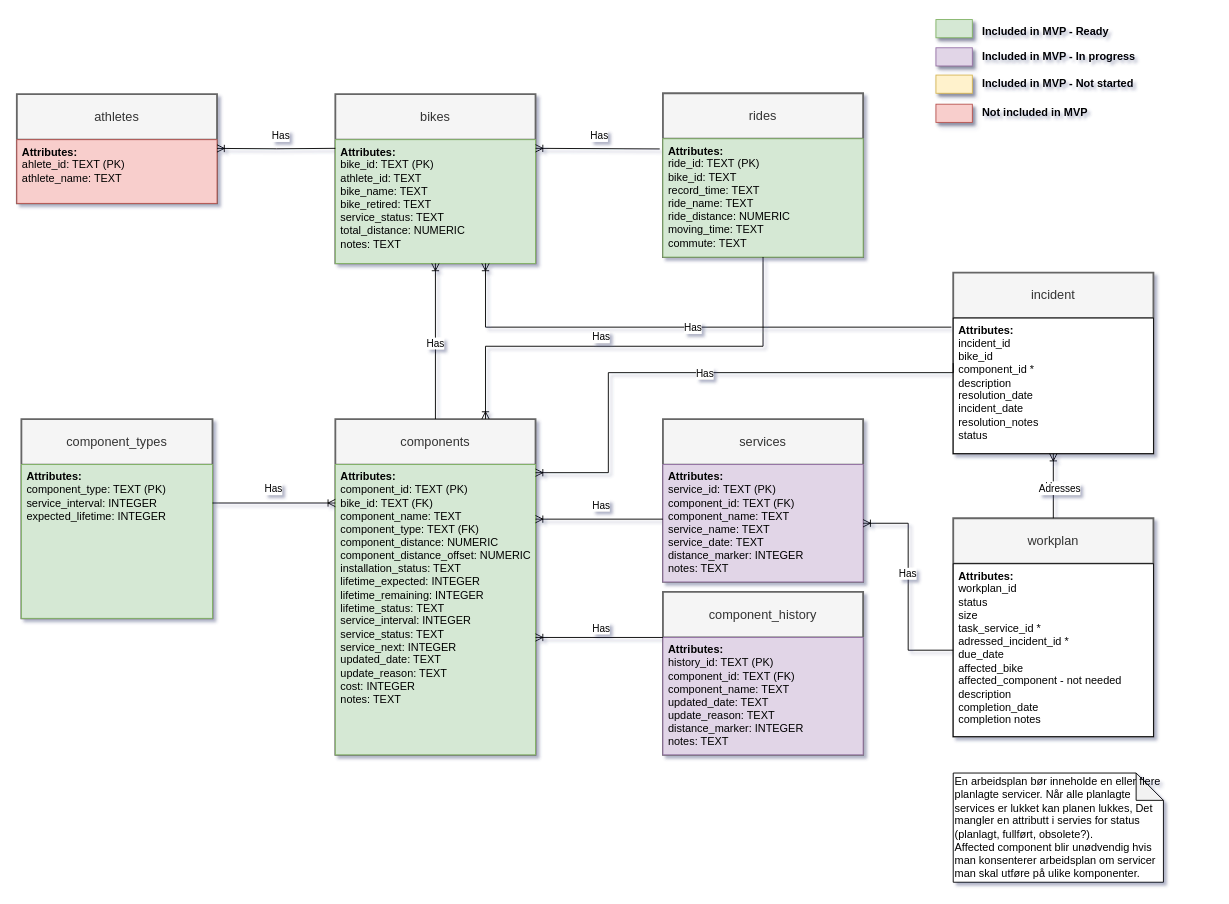
xivind/velo-supervisor-2000 keeps this draw.io diagram as page "Database structure" (5 of 7) of diagrams/all_diagrams.drawio. Above is the earlier version. Source tidied: cells renumbered, new cells numbered last; positions are measured from the earlier drawing's top-left corner, leaving out a move shared by most shapes. Both pictures are drawn from the tidied source at 91%, with x=0, y=0 at pixel (16, 17).
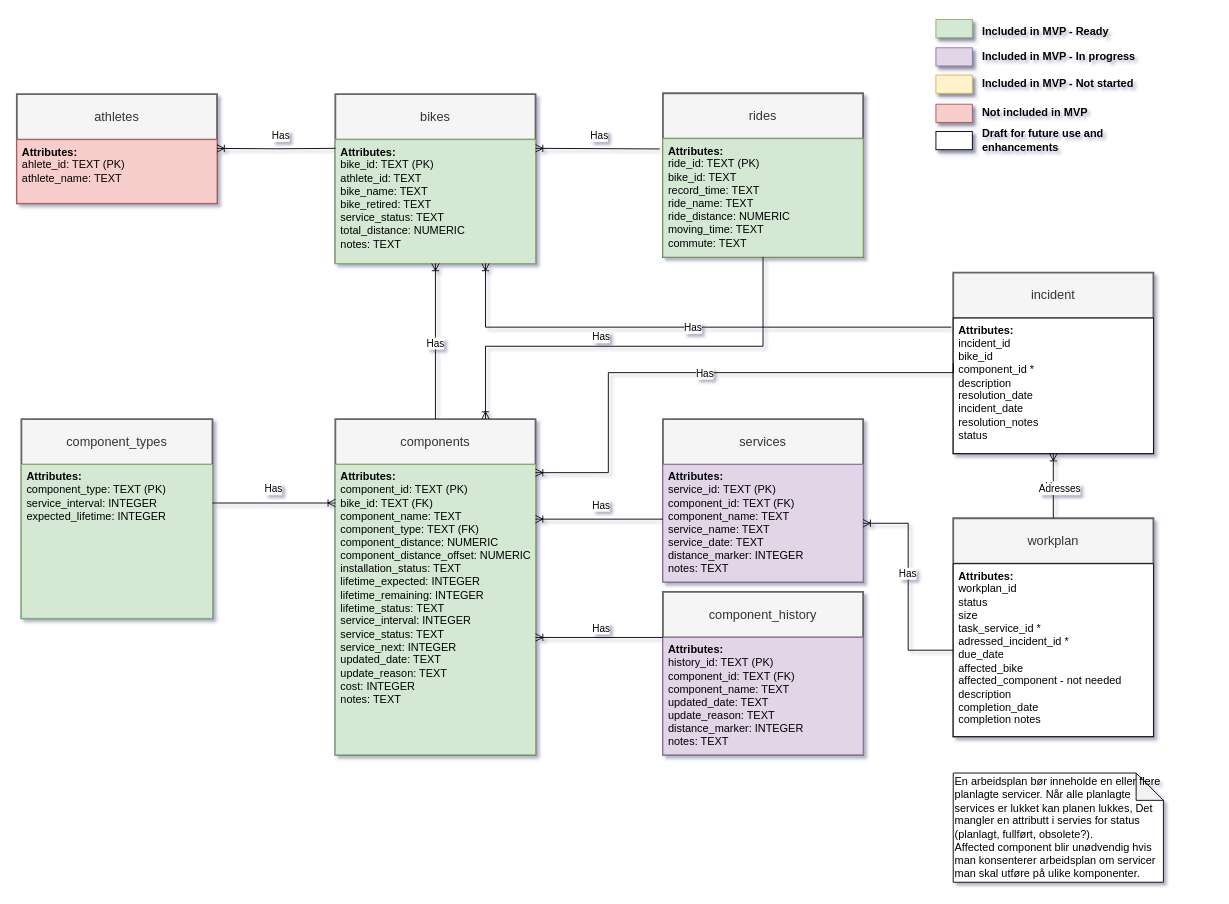
After the change.

The edit, as a diff of the source:
```diff
@@
+    <mxCell id="52" style="rounded=0;whiteSpace=wrap;html=1;verticalAlign=middle;textShadow=1;shadow=1;" parent="1" vertex="1">
+      <mxGeometry x="1010" y="125" width="40" height="20" as="geometry" />
+    </mxCell>
+    <mxCell id="53" value="Draft for future use and enhancements" style="text;html=1;align=left;verticalAlign=middle;whiteSpace=wrap;rounded=0;fontStyle=1;" parent="1" vertex="1">
+      <mxGeometry x="1059" y="120" width="160" height="30" as="geometry" />
+    </mxCell>
```
